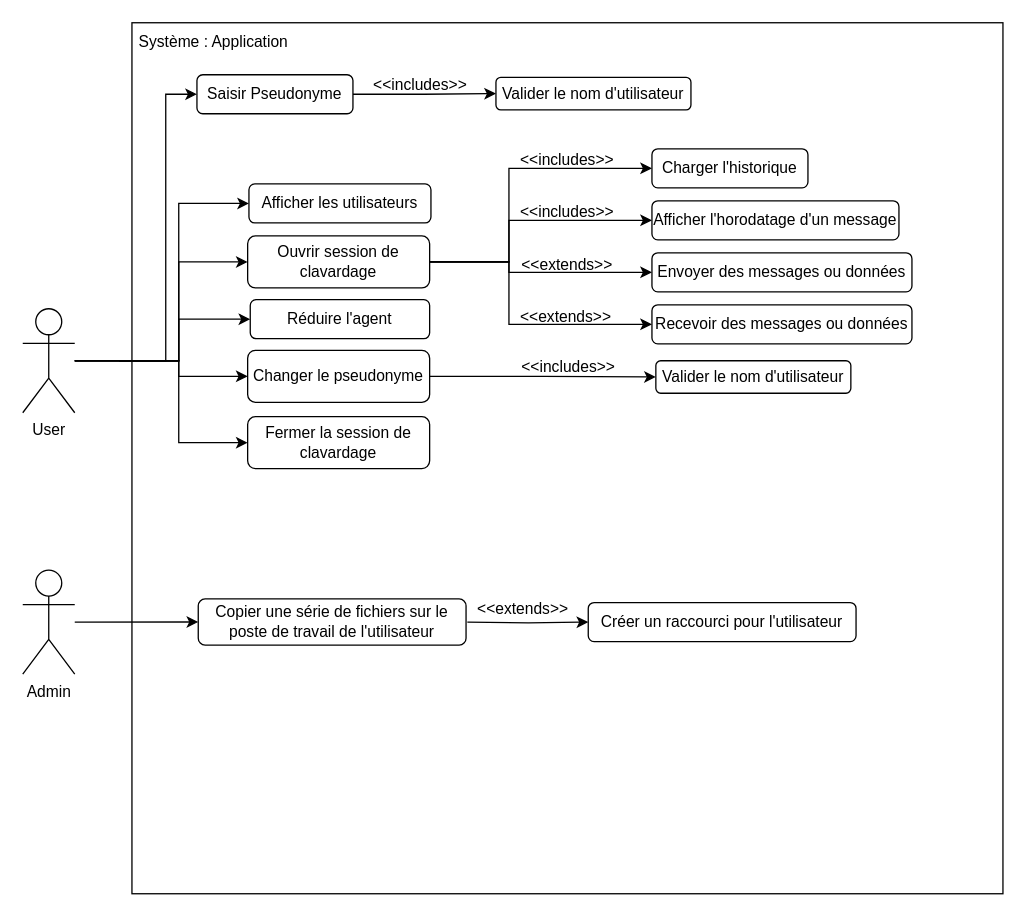
The draw.io diagram ressources/Design UML/CDC - Uses_cases.drawio in martemr/Project_chat_system, before the edit. Source tidied: cells renumbered, new cells numbered last; positions are measured from the earlier drawing's top-left corner, leaving out a move shared by most shapes. Both pictures are drawn from the tidied source at 130%, with x=0, y=0 at pixel (22, 22).
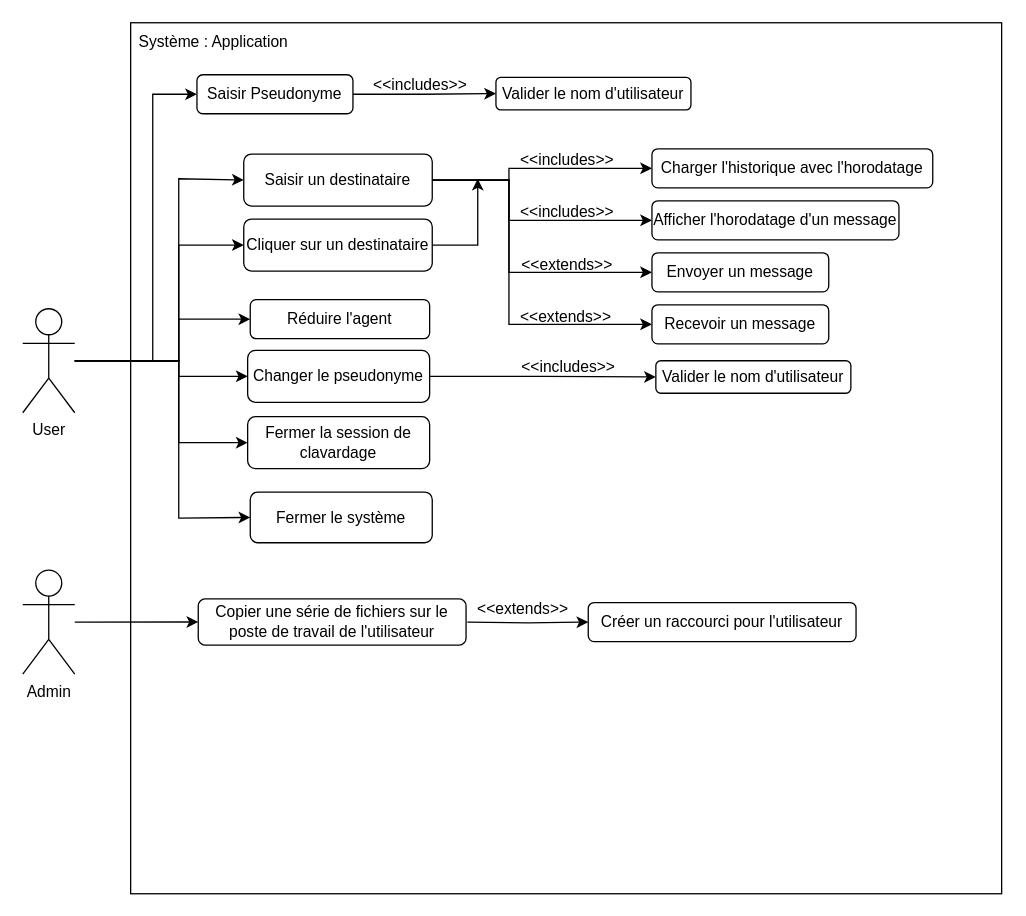
Above is the later version.

Unchanged cells that the change refers to:
```xml
<mxCell id="8" value="User" style="shape=umlActor;verticalLabelPosition=bottom;verticalAlign=top;html=1;outlineConnect=0;" parent="1" vertex="1">
  <mxGeometry y="220" width="40" height="80" as="geometry" />
</mxCell>
<mxCell id="12" value="&lt;div&gt;Saisir Pseudonyme&lt;/div&gt;" style="rounded=1;whiteSpace=wrap;html=1;" parent="1" vertex="1">
  <mxGeometry x="134" y="40" width="120" height="30" as="geometry" />
</mxCell>
<mxCell id="20" value="Afficher l'horodatage d'un message" style="rounded=1;whiteSpace=wrap;html=1;" parent="1" vertex="1">
  <mxGeometry x="484" y="137" width="190" height="30" as="geometry" />
</mxCell>
```

The edit, as a diff of the source:
```diff
@@
     <mxCell id="3" style="whiteSpace=wrap;html=1;" parent="1" vertex="1">
-      <mxGeometry x="84" width="670" height="670" as="geometry" />
+      <mxGeometry x="83" width="670" height="670" as="geometry" />
     </mxCell>
     <mxCell id="4" style="edgeStyle=orthogonalEdgeStyle;rounded=0;jettySize=auto;html=1;entryX=0;entryY=0.5;entryDx=0;entryDy=0;" parent="1" edge="1" source="8" target="12">
       <mxGeometry relative="1" as="geometry">
         <Array as="points">
-          <mxPoint x="110" y="260" />
-          <mxPoint x="110" y="55" />
+          <mxPoint x="100" y="260" />
+          <mxPoint x="100" y="55" />
         </Array>
       </mxGeometry>
     </mxCell>
-    <mxCell id="5" style="edgeStyle=orthogonalEdgeStyle;rounded=0;jettySize=auto;html=1;entryX=0;entryY=0.5;entryDx=0;entryDy=0;" parent="1" edge="1" source="8" target="13">
-      <mxGeometry relative="1" as="geometry">
-        <Array as="points">
-          <mxPoint x="120" y="260" />
-          <mxPoint x="120" y="139" />
-        </Array>
-      </mxGeometry>
-    </mxCell>
@@
+    <mxCell id="41" style="edgeStyle=orthogonalEdgeStyle;rounded=0;jettySize=auto;html=1;entryX=0;entryY=0.5;entryDx=0;entryDy=0;" parent="1" edge="1" source="8" target="44">
+      <mxGeometry relative="1" as="geometry">
+        <Array as="points">
+          <mxPoint x="120" y="260" />
+          <mxPoint x="120" y="171" />
+        </Array>
+      </mxGeometry>
+    </mxCell>
+    <mxCell id="42" style="edgeStyle=none;rounded=0;jettySize=auto;html=1;entryX=0;entryY=0.5;entryDx=0;entryDy=0;" parent="1" edge="1" source="8" target="45">
+      <mxGeometry relative="1" as="geometry">
+        <Array as="points">
+          <mxPoint x="120" y="260" />
+          <mxPoint x="120" y="381" />
+        </Array>
+      </mxGeometry>
+    </mxCell>
@@
     <mxCell id="9" style="edgeStyle=orthogonalEdgeStyle;rounded=0;jettySize=auto;html=1;entryX=0;entryY=0.5;entryDx=0;entryDy=0;" parent="1" edge="1" target="18">
       <mxGeometry relative="1" as="geometry">
         <mxPoint x="74" y="260" as="sourcePoint" />
         <Array as="points">
           <mxPoint x="120" y="260" />
-          <mxPoint x="120" y="184" />
+          <mxPoint x="120" y="120" />
         </Array>
       </mxGeometry>
     </mxCell>
@@
-    <mxCell id="13" value="&lt;div&gt;Afficher les utilisateurs&lt;/div&gt;" style="rounded=1;whiteSpace=wrap;html=1;" parent="1" vertex="1">
-      <mxGeometry x="174" y="124" width="140" height="30" as="geometry" />
-    </mxCell>
     <mxCell id="14" style="edgeStyle=orthogonalEdgeStyle;rounded=0;jettySize=auto;html=1;exitX=1;exitY=0.5;exitDx=0;exitDy=0;entryX=0;entryY=0.5;entryDx=0;entryDy=0;" parent="1" edge="1" source="18" target="22">
       <mxGeometry relative="1" as="geometry">
         <Array as="points">
-          <mxPoint x="374" y="184" />
+          <mxPoint x="374" y="121" />
           <mxPoint x="374" y="112" />
         </Array>
       </mxGeometry>
     </mxCell>
     <mxCell id="15" style="edgeStyle=orthogonalEdgeStyle;rounded=0;jettySize=auto;html=1;exitX=1;exitY=0.5;exitDx=0;exitDy=0;entryX=0;entryY=0.5;entryDx=0;entryDy=0;" parent="1" edge="1" source="18" target="20">
       <mxGeometry relative="1" as="geometry">
         <Array as="points">
-          <mxPoint x="374" y="184" />
+          <mxPoint x="374" y="121" />
           <mxPoint x="374" y="152" />
         </Array>
       </mxGeometry>
     </mxCell>
     <mxCell id="16" style="edgeStyle=orthogonalEdgeStyle;rounded=0;jettySize=auto;html=1;exitX=1;exitY=0.5;exitDx=0;exitDy=0;entryX=0;entryY=0.5;entryDx=0;entryDy=0;" parent="1" edge="1" source="18" target="19">
       <mxGeometry relative="1" as="geometry">
         <Array as="points">
-          <mxPoint x="374" y="184" />
+          <mxPoint x="374" y="121" />
           <mxPoint x="374" y="192" />
         </Array>
       </mxGeometry>
     </mxCell>
     <mxCell id="17" style="edgeStyle=orthogonalEdgeStyle;rounded=0;jettySize=auto;html=1;entryX=0;entryY=0.5;entryDx=0;entryDy=0;" parent="1" edge="1" source="18" target="30">
       <mxGeometry relative="1" as="geometry">
         <Array as="points">
-          <mxPoint x="374" y="184" />
+          <mxPoint x="374" y="121" />
           <mxPoint x="374" y="232" />
         </Array>
       </mxGeometry>
     </mxCell>
-    <mxCell id="18" value="Ouvrir session de clavardage" style="rounded=1;whiteSpace=wrap;html=1;" parent="1" vertex="1">
-      <mxGeometry x="173" y="164" width="140" height="40" as="geometry" />
+    <mxCell id="18" value="&lt;div&gt;Saisir un destinataire&lt;/div&gt;" style="rounded=1;whiteSpace=wrap;html=1;" parent="1" vertex="1">
+      <mxGeometry x="170" y="101" width="145" height="40" as="geometry" />
     </mxCell>
-    <mxCell id="19" value="Envoyer des messages ou données" style="rounded=1;whiteSpace=wrap;html=1;" parent="1" vertex="1">
-      <mxGeometry x="484" y="177" width="200" height="30" as="geometry" />
+    <mxCell id="19" value="Envoyer un message" style="rounded=1;whiteSpace=wrap;html=1;" parent="1" vertex="1">
+      <mxGeometry x="484" y="177" width="136" height="30" as="geometry" />
     </mxCell>
@@
-    <mxCell id="22" value="Charger l'historique" style="rounded=1;whiteSpace=wrap;html=1;" parent="1" vertex="1">
-      <mxGeometry x="484" y="97" width="120" height="30" as="geometry" />
+    <mxCell id="22" value="Charger l'historique avec l'horodatage" style="rounded=1;whiteSpace=wrap;html=1;" parent="1" vertex="1">
+      <mxGeometry x="484" y="97" width="216" height="30" as="geometry" />
     </mxCell>
@@
-    <mxCell id="30" value="Recevoir des messages ou données" style="rounded=1;whiteSpace=wrap;html=1;" parent="1" vertex="1">
-      <mxGeometry x="484" y="217" width="200" height="30" as="geometry" />
+    <mxCell id="30" value="Recevoir un message" style="rounded=1;whiteSpace=wrap;html=1;" parent="1" vertex="1">
+      <mxGeometry x="484" y="217" width="136" height="30" as="geometry" />
     </mxCell>
@@
+    <mxCell id="43" style="edgeStyle=none;rounded=0;jettySize=auto;html=1;exitX=1;exitY=0.5;exitDx=0;exitDy=0;" parent="1" edge="1" source="44">
+      <mxGeometry relative="1" as="geometry">
+        <mxPoint x="350" y="120" as="targetPoint" />
+        <Array as="points">
+          <mxPoint x="350" y="171" />
+        </Array>
+      </mxGeometry>
+    </mxCell>
+    <mxCell id="44" value="Cliquer sur un destinataire" style="rounded=1;whiteSpace=wrap;html=1;" parent="1" vertex="1">
+      <mxGeometry x="170" y="151" width="145" height="40" as="geometry" />
+    </mxCell>
+    <mxCell id="45" value="Fermer le système" style="rounded=1;whiteSpace=wrap;html=1;" parent="1" vertex="1">
+      <mxGeometry x="175" y="361" width="140" height="39" as="geometry" />
+    </mxCell>
```
